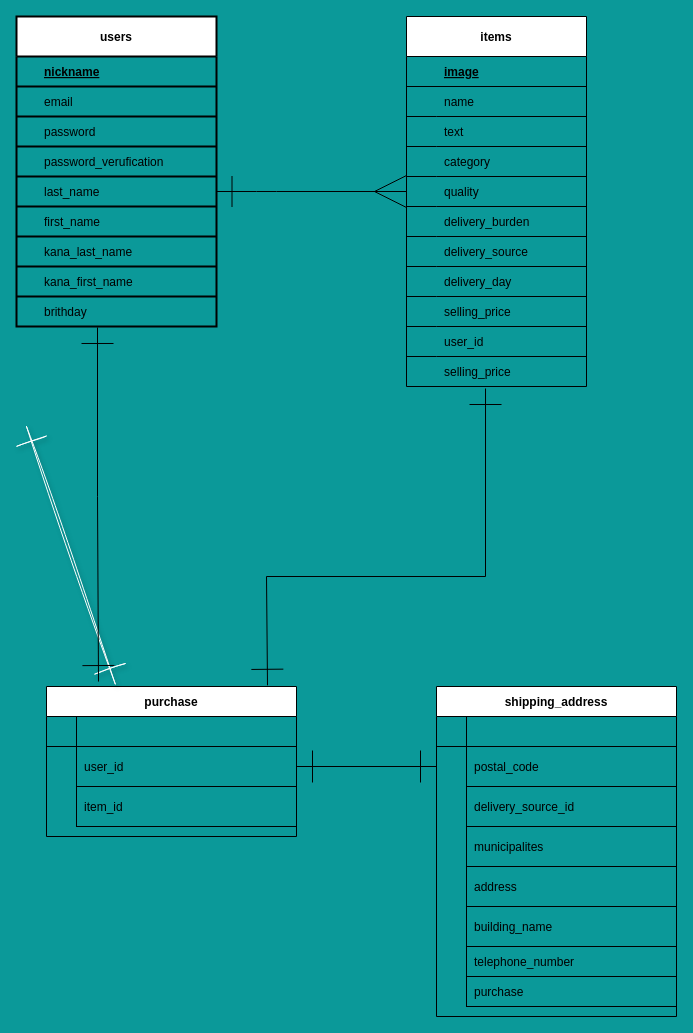
CEmi6653/furima-36068 keeps this draw.io diagram as test.dio. Above is the earlier version. Source tidied: cells renumbered, new cells numbered last; positions are measured from the earlier drawing's top-left corner, leaving out a move shared by most shapes. Both pictures are drawn from the tidied source at 100%, with x=0, y=0 at pixel (16, 16).
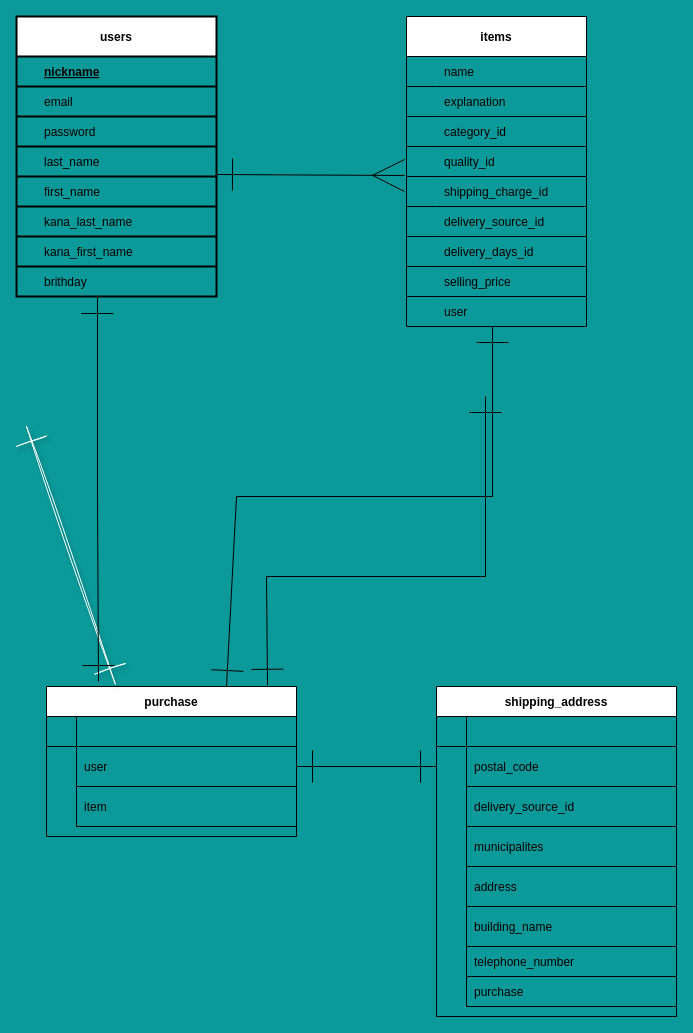
The same diagram, later.

Unchanged cells that the change refers to:
```xml
<mxCell id="66" value="purchase" style="shape=table;startSize=30;childLayout=tableLayout;rowLines=0;fontStyle=1;align=center;rounded=0;shadow=0;sketch=0;strokeWidth=1;" parent="1" vertex="1">
  <mxGeometry x="30" y="670" width="250" height="150" as="geometry" />
</mxCell>
<mxCell id="70" style="shape=partialRectangle;fillColor=none;top=0;left=0;bottom=0;right=0;points=[[0,0.5],[1,0.5]];portConstraint=eastwest;" parent="66" vertex="1">
  <mxGeometry y="60" width="250" height="40" as="geometry" />
</mxCell>
<mxCell id="73" style="shape=partialRectangle;fillColor=none;top=0;left=0;bottom=0;right=0;" parent="66" vertex="1">
  <mxGeometry y="100" width="250" height="40" as="geometry" />
</mxCell>
```

Diff of the diagram source:
```diff
@@
     <mxCell id="2" value="users" style="shape=table;startSize=40;childLayout=tableLayout;rowLines=1;fontStyle=1;align=center;columnLines=0;strokeWidth=2;" parent="1" vertex="1">
-      <mxGeometry width="200" height="310" as="geometry" />
+      <mxGeometry width="200" height="280" as="geometry" />
     </mxCell>
@@
-    <mxCell id="12" style="shape=partialRectangle;fillColor=none;top=0;left=0;bottom=0;right=0;" parent="2" vertex="1">
-      <mxGeometry y="130" width="200" height="30" as="geometry" />
-    </mxCell>
-    <mxCell id="13" style="shape=partialRectangle;fillColor=none;top=0;left=0;bottom=0;right=0;overflow=hidden;" parent="12" vertex="1">
-      <mxGeometry width="20" height="30" as="geometry" />
-    </mxCell>
-    <mxCell id="14" value="password_verufication" style="shape=partialRectangle;fillColor=none;top=0;left=0;bottom=0;right=0;align=left;spacingLeft=6;overflow=hidden;" parent="12" vertex="1">
-      <mxGeometry x="20" width="180" height="30" as="geometry" />
-    </mxCell>
     <mxCell id="15" style="shape=partialRectangle;fillColor=none;top=0;left=0;bottom=0;right=0;points=[[0,0.5],[1,0.5]];portConstraint=eastwest;" parent="2" vertex="1">
-      <mxGeometry y="160" width="200" height="30" as="geometry" />
+      <mxGeometry y="130" width="200" height="30" as="geometry" />
     </mxCell>
@@
     <mxCell id="18" style="shape=partialRectangle;fillColor=none;top=0;left=0;bottom=0;right=0;points=[[0,0.5],[1,0.5]];portConstraint=eastwest;" parent="2" vertex="1">
-      <mxGeometry y="190" width="200" height="30" as="geometry" />
+      <mxGeometry y="160" width="200" height="30" as="geometry" />
     </mxCell>
@@
     <mxCell id="21" style="shape=partialRectangle;fillColor=none;top=0;left=0;bottom=0;right=0;" parent="2" vertex="1">
-      <mxGeometry y="220" width="200" height="30" as="geometry" />
+      <mxGeometry y="190" width="200" height="30" as="geometry" />
     </mxCell>
@@
     <mxCell id="24" style="shape=partialRectangle;fillColor=none;top=0;left=0;bottom=0;right=0;" parent="2" vertex="1">
-      <mxGeometry y="250" width="200" height="30" as="geometry" />
+      <mxGeometry y="220" width="200" height="30" as="geometry" />
     </mxCell>
@@
     <mxCell id="27" style="shape=partialRectangle;fillColor=none;top=0;left=0;bottom=0;right=0;points=[[0,0.5],[1,0.5]];portConstraint=eastwest;" parent="2" vertex="1">
-      <mxGeometry y="280" width="200" height="30" as="geometry" />
+      <mxGeometry y="250" width="200" height="30" as="geometry" />
     </mxCell>
@@
     <mxCell id="30" value="items" style="shape=table;startSize=40;childLayout=tableLayout;rowLines=1;fontStyle=1;align=center;rounded=0;sketch=0;columnLines=0;resizeLastRow=0;" parent="1" vertex="1">
-      <mxGeometry x="390" width="180" height="370" as="geometry" />
+      <mxGeometry x="390" width="180" height="310" as="geometry" />
     </mxCell>
-    <mxCell id="31" style="shape=partialRectangle;fillColor=none;top=0;left=0;bottom=1;right=0;" parent="30" vertex="1">
-      <mxGeometry y="40" width="180" height="30" as="geometry" />
-    </mxCell>
-    <mxCell id="32" style="shape=partialRectangle;fillColor=none;top=0;left=0;bottom=0;right=0;fontStyle=1;overflow=hidden;" parent="31" vertex="1">
-      <mxGeometry width="30" height="30" as="geometry" />
-    </mxCell>
-    <mxCell id="33" value="image" style="shape=partialRectangle;fillColor=none;top=0;left=0;bottom=0;right=0;align=left;spacingLeft=6;fontStyle=5;overflow=hidden;sketch=0;shadow=0;labelBorderColor=none;" parent="31" vertex="1">
-      <mxGeometry x="30" width="150" height="30" as="geometry" />
-    </mxCell>
     <mxCell id="34" style="shape=partialRectangle;fillColor=none;top=0;left=0;bottom=0;right=0;strokeWidth=1;" parent="30" vertex="1">
-      <mxGeometry y="70" width="180" height="30" as="geometry" />
+      <mxGeometry y="40" width="180" height="30" as="geometry" />
     </mxCell>
@@
     <mxCell id="37" style="shape=partialRectangle;fillColor=none;top=0;left=0;bottom=0;right=0;" parent="30" vertex="1">
-      <mxGeometry y="100" width="180" height="30" as="geometry" />
+      <mxGeometry y="70" width="180" height="30" as="geometry" />
     </mxCell>
@@
-    <mxCell id="39" value="text" style="shape=partialRectangle;fillColor=none;top=0;left=0;bottom=0;right=0;align=left;spacingLeft=6;overflow=hidden;" parent="37" vertex="1">
+    <mxCell id="39" value="explanation" style="shape=partialRectangle;fillColor=none;top=0;left=0;bottom=0;right=0;align=left;spacingLeft=6;overflow=hidden;" parent="37" vertex="1">
       <mxGeometry x="30" width="150" height="30" as="geometry" />
     </mxCell>
     <mxCell id="40" style="shape=partialRectangle;fillColor=none;top=0;left=0;bottom=0;right=0;" parent="30" vertex="1">
-      <mxGeometry y="130" width="180" height="30" as="geometry" />
+      <mxGeometry y="100" width="180" height="30" as="geometry" />
     </mxCell>
@@
-    <mxCell id="42" value="category" style="shape=partialRectangle;fillColor=none;top=0;left=0;bottom=0;right=0;align=left;spacingLeft=6;overflow=hidden;" parent="40" vertex="1">
+    <mxCell id="42" value="category_id" style="shape=partialRectangle;fillColor=none;top=0;left=0;bottom=0;right=0;align=left;spacingLeft=6;overflow=hidden;" parent="40" vertex="1">
       <mxGeometry x="30" width="150" height="30" as="geometry" />
     </mxCell>
-    <mxCell id="43" style="shape=partialRectangle;fillColor=none;top=0;left=0;bottom=0;right=0;points=[[0,0.5],[1,0.5]];portConstraint=eastwest;" parent="30" vertex="1">
-      <mxGeometry y="160" width="180" height="30" as="geometry" />
-    </mxCell>
-    <mxCell id="44" style="shape=partialRectangle;fillColor=none;top=0;left=0;bottom=0;right=0;overflow=hidden;" parent="43" vertex="1">
-      <mxGeometry width="30" height="30" as="geometry" />
-    </mxCell>
-    <mxCell id="45" value="quality" style="shape=partialRectangle;fillColor=none;top=0;left=0;bottom=0;right=0;align=left;spacingLeft=6;overflow=hidden;" parent="43" vertex="1">
-      <mxGeometry x="30" width="150" height="30" as="geometry" />
-    </mxCell>
     <mxCell id="46" style="shape=partialRectangle;fillColor=none;top=0;left=0;bottom=0;right=0;" parent="30" vertex="1">
-      <mxGeometry y="190" width="180" height="30" as="geometry" />
+      <mxGeometry y="130" width="180" height="30" as="geometry" />
     </mxCell>
@@
-    <mxCell id="48" value="delivery_burden" style="shape=partialRectangle;fillColor=none;top=0;left=0;bottom=0;right=0;align=left;spacingLeft=6;overflow=hidden;" parent="46" vertex="1">
+    <mxCell id="48" value="quality_id" style="shape=partialRectangle;fillColor=none;top=0;left=0;bottom=0;right=0;align=left;spacingLeft=6;overflow=hidden;" parent="46" vertex="1">
       <mxGeometry x="30" width="150" height="30" as="geometry" />
     </mxCell>
+    <mxCell id="43" style="shape=partialRectangle;fillColor=none;top=0;left=0;bottom=0;right=0;points=[[0,0.5],[1,0.5]];portConstraint=eastwest;" parent="30" vertex="1">
+      <mxGeometry y="160" width="180" height="30" as="geometry" />
+    </mxCell>
+    <mxCell id="106" style="shape=partialRectangle;fillColor=none;top=0;left=0;bottom=0;right=0;overflow=hidden;" parent="43" vertex="1">
+      <mxGeometry width="30" height="30" as="geometry" />
+    </mxCell>
+    <mxCell id="107" value="shipping_charge_id" style="shape=partialRectangle;fillColor=none;top=0;left=0;bottom=0;right=0;align=left;spacingLeft=6;overflow=hidden;" parent="43" vertex="1">
+      <mxGeometry x="30" width="150" height="30" as="geometry" />
+    </mxCell>
     <mxCell id="49" style="shape=partialRectangle;fillColor=none;top=0;left=0;bottom=0;right=0;" parent="30" vertex="1">
-      <mxGeometry y="220" width="180" height="30" as="geometry" />
+      <mxGeometry y="190" width="180" height="30" as="geometry" />
     </mxCell>
@@
-    <mxCell id="51" value="delivery_source" style="shape=partialRectangle;fillColor=none;top=0;left=0;bottom=0;right=0;align=left;spacingLeft=6;overflow=hidden;" parent="49" vertex="1">
+    <mxCell id="51" value="delivery_source_id" style="shape=partialRectangle;fillColor=none;top=0;left=0;bottom=0;right=0;align=left;spacingLeft=6;overflow=hidden;" parent="49" vertex="1">
       <mxGeometry x="30" width="150" height="30" as="geometry" />
     </mxCell>
     <mxCell id="52" style="shape=partialRectangle;fillColor=none;top=0;left=0;bottom=0;right=0;" parent="30" vertex="1">
-      <mxGeometry y="250" width="180" height="30" as="geometry" />
+      <mxGeometry y="220" width="180" height="30" as="geometry" />
     </mxCell>
@@
-    <mxCell id="54" value="delivery_day" style="shape=partialRectangle;fillColor=none;top=0;left=0;bottom=0;right=0;align=left;spacingLeft=6;overflow=hidden;" parent="52" vertex="1">
+    <mxCell id="54" value="delivery_days_id" style="shape=partialRectangle;fillColor=none;top=0;left=0;bottom=0;right=0;align=left;spacingLeft=6;overflow=hidden;" parent="52" vertex="1">
       <mxGeometry x="30" width="150" height="30" as="geometry" />
     </mxCell>
     <mxCell id="55" style="shape=partialRectangle;fillColor=none;top=0;left=0;bottom=0;right=0;" parent="30" vertex="1">
-      <mxGeometry y="280" width="180" height="30" as="geometry" />
+      <mxGeometry y="250" width="180" height="30" as="geometry" />
     </mxCell>
@@
     <mxCell id="58" style="shape=partialRectangle;fillColor=none;top=0;left=0;bottom=0;right=0;points=[[0,0.5],[1,0.5]];portConstraint=eastwest;" parent="30" vertex="1">
-      <mxGeometry y="310" width="180" height="30" as="geometry" />
+      <mxGeometry y="280" width="180" height="30" as="geometry" />
     </mxCell>
@@
-    <mxCell id="60" value="user_id" style="shape=partialRectangle;fillColor=none;top=0;left=0;bottom=0;right=0;align=left;spacingLeft=6;overflow=hidden;" parent="58" vertex="1">
+    <mxCell id="60" value="user" style="shape=partialRectangle;fillColor=none;top=0;left=0;bottom=0;right=0;align=left;spacingLeft=6;overflow=hidden;" parent="58" vertex="1">
       <mxGeometry x="30" width="150" height="30" as="geometry" />
     </mxCell>
-    <mxCell id="61" style="shape=partialRectangle;fillColor=none;top=0;left=0;bottom=0;right=0;points=[[0,0.5],[1,0.5]];portConstraint=eastwest;" parent="30" vertex="1">
-      <mxGeometry y="340" width="180" height="30" as="geometry" />
-    </mxCell>
-    <mxCell id="62" style="shape=partialRectangle;fillColor=none;top=0;left=0;bottom=0;right=0;overflow=hidden;" parent="61" vertex="1">
-      <mxGeometry width="30" height="30" as="geometry" />
-    </mxCell>
-    <mxCell id="63" value="selling_price" style="shape=partialRectangle;fillColor=none;top=0;left=0;bottom=0;right=0;align=left;spacingLeft=6;overflow=hidden;" parent="61" vertex="1">
-      <mxGeometry x="30" width="150" height="30" as="geometry" />
-    </mxCell>
-    <mxCell id="64" style="edgeStyle=orthogonalEdgeStyle;curved=0;rounded=1;sketch=0;jettySize=auto;html=1;exitX=1;exitY=0.5;exitDx=0;exitDy=0;entryX=0;entryY=0.5;entryDx=0;entryDy=0;endArrow=ERmany;endFill=0;strokeWidth=1;strokeColor=none;" parent="1" edge="1" source="15" target="43">
+    <mxCell id="64" style="edgeStyle=orthogonalEdgeStyle;curved=0;rounded=1;sketch=0;jettySize=auto;html=1;exitX=1;exitY=0.5;exitDx=0;exitDy=0;entryX=0;entryY=0.5;entryDx=0;entryDy=0;endArrow=ERmany;endFill=0;strokeWidth=1;strokeColor=none;" parent="1" edge="1" source="15">
       <mxGeometry relative="1" as="geometry" />
     </mxCell>
-    <mxCell id="65" style="edgeStyle=orthogonalEdgeStyle;curved=0;rounded=1;sketch=0;jettySize=auto;html=1;exitX=1;exitY=0.5;exitDx=0;exitDy=0;entryX=0;entryY=0.5;entryDx=0;entryDy=0;endArrow=ERmany;endFill=0;endSize=30;strokeWidth=1;startArrow=ERone;startFill=0;sourcePerimeterSpacing=10;startSize=29;" parent="1" edge="1" source="15" target="43">
-      <mxGeometry relative="1" as="geometry">
-        <Array as="points">
-          <mxPoint x="250" y="175" />
-          <mxPoint x="250" y="175" />
-        </Array>
-      </mxGeometry>
-    </mxCell>
@@
-    <mxCell id="72" value="user_id" style="shape=partialRectangle;fillColor=none;top=0;left=0;bottom=1;right=0;align=left;spacingLeft=6;overflow=hidden;" parent="70" vertex="1">
+    <mxCell id="72" value="user" style="shape=partialRectangle;fillColor=none;top=0;left=0;bottom=1;right=0;align=left;spacingLeft=6;overflow=hidden;" parent="70" vertex="1">
       <mxGeometry x="30" width="220" height="40" as="geometry" />
     </mxCell>
@@
-    <mxCell id="75" value="item_id" style="shape=partialRectangle;fillColor=none;top=0;left=0;bottom=1;right=0;align=left;spacingLeft=6;overflow=hidden;" parent="73" vertex="1">
+    <mxCell id="75" value="item" style="shape=partialRectangle;fillColor=none;top=0;left=0;bottom=1;right=0;align=left;spacingLeft=6;overflow=hidden;" parent="73" vertex="1">
       <mxGeometry x="30" width="220" height="40" as="geometry" />
     </mxCell>
@@
-    <mxCell id="103" style="endArrow=ERone;html=1;rounded=0;exitX=0.884;exitY=-0.008;exitDx=0;exitDy=0;exitPerimeter=0;endFill=0;endSize=30;startArrow=ERone;startFill=0;startSize=30;entryX=0.439;entryY=1.067;entryDx=0;entryDy=0;entryPerimeter=0;" parent="1" edge="1" source="66" target="61">
+    <mxCell id="103" style="endArrow=ERone;html=1;rounded=0;exitX=0.884;exitY=-0.008;exitDx=0;exitDy=0;exitPerimeter=0;endFill=0;endSize=30;startArrow=ERone;startFill=0;startSize=30;entryX=0.439;entryY=1.067;entryDx=0;entryDy=0;entryPerimeter=0;" parent="1" edge="1" source="66">
       <mxGeometry relative="1" as="geometry">
+        <mxPoint x="469" y="380" as="targetPoint" />
         <Array as="points">
           <mxPoint x="250" y="560" />
           <mxPoint x="469" y="560" />
         </Array>
       </mxGeometry>
     </mxCell>
@@
+    <mxCell id="108" style="endArrow=ERmany;html=1;rounded=0;startSize=30;endSize=30;entryX=-0.011;entryY=-0.033;entryDx=0;entryDy=0;entryPerimeter=0;exitX=1;exitY=-0.067;exitDx=0;exitDy=0;exitPerimeter=0;endFill=0;startArrow=ERone;startFill=0;" parent="1" edge="1" source="18" target="43">
+      <mxGeometry relative="1" as="geometry" />
+    </mxCell>
+    <mxCell id="109" style="endArrow=ERone;html=1;rounded=0;startSize=30;endSize=30;entryX=0.478;entryY=1;entryDx=0;entryDy=0;entryPerimeter=0;startArrow=ERone;startFill=0;endFill=0;" parent="1" edge="1" target="58">
+      <mxGeometry relative="1" as="geometry">
+        <mxPoint x="210" y="670" as="sourcePoint" />
+        <Array as="points">
+          <mxPoint x="220" y="480" />
+          <mxPoint x="476" y="480" />
+        </Array>
+      </mxGeometry>
+    </mxCell>
```
